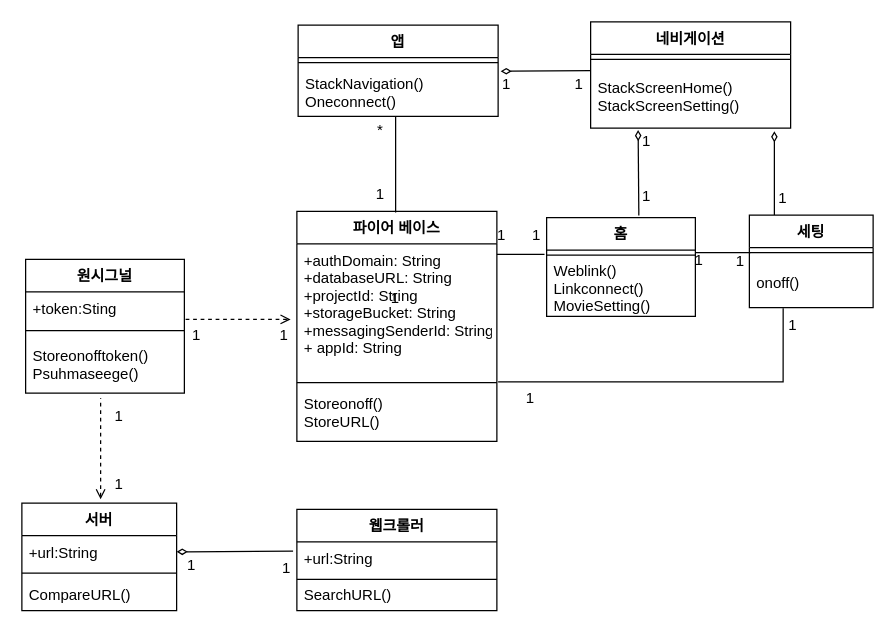
Above: class diagram.drawio in GoSeongJin/gnu-app (draw.io), before the change. Source tidied: cells renumbered, new cells numbered last; positions are measured from the earlier drawing's top-left corner, leaving out a move shared by most shapes. Both pictures are drawn from the tidied source at 125%, with x=0, y=0 at pixel (21, 21).
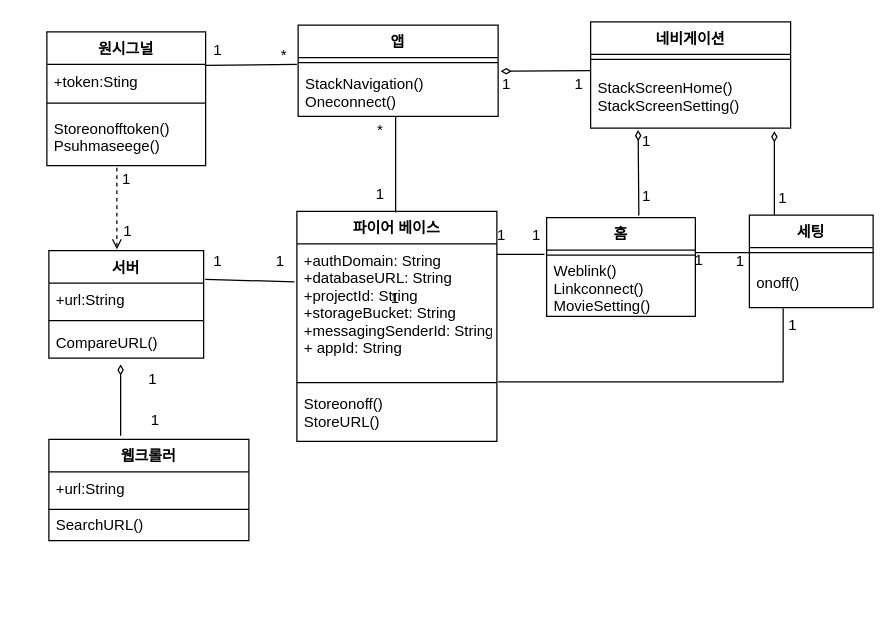
The same page after the edit.

The change refers to these unchanged cells:
```xml
<mxCell id="12" value="+url:String" style="text;strokeColor=none;fillColor=none;align=left;verticalAlign=top;spacingLeft=4;spacingRight=4;overflow=hidden;points=[[0,0.5],[1,0.5]];portConstraint=eastwest;" parent="11" vertex="1">
  <mxGeometry y="26" width="160" height="26" as="geometry" />
</mxCell>
<mxCell id="16" value="+url:String" style="text;strokeColor=none;fillColor=none;align=left;verticalAlign=top;spacingLeft=4;spacingRight=4;overflow=hidden;points=[[0,0.5],[1,0.5]];portConstraint=eastwest;" parent="15" vertex="1">
  <mxGeometry y="26" width="123.8" height="26" as="geometry" />
</mxCell>
<mxCell id="20" value="+authDomain: String&#10;+databaseURL: String&#10;+projectId: String&#10;+storageBucket: String&#10;+messagingSenderId: String,&#10;+ appId: String&#10;" style="text;strokeColor=none;fillColor=none;align=left;verticalAlign=top;spacingLeft=4;spacingRight=4;overflow=hidden;points=[[0,0.5],[1,0.5]];portConstraint=eastwest;" parent="19" vertex="1">
  <mxGeometry y="26" width="160" height="107" as="geometry" />
</mxCell>
```

Change to the diagram source:
```diff
@@
     <mxCell id="11" value="웹크롤러" style="swimlane;fontStyle=1;align=center;verticalAlign=top;horizontal=1;startSize=26;" parent="1" vertex="1">
-      <mxGeometry x="220" y="390" width="160" height="81" as="geometry" />
+      <mxGeometry x="21.6" y="334" width="160" height="81" as="geometry" />
     </mxCell>
@@
     <mxCell id="15" value="서버" style="swimlane;fontStyle=1;align=center;verticalAlign=top;horizontal=1;startSize=26;" parent="1" vertex="1">
-      <mxGeometry y="385" width="123.8" height="86" as="geometry" />
+      <mxGeometry x="21.6" y="183" width="123.8" height="86" as="geometry" />
     </mxCell>
@@
-    <mxCell id="27" style="endArrow=open;html=1;rounded=0;dashed=1;endFill=0;" parent="1" edge="1">
+    <mxCell id="27" style="endArrow=none;html=1;rounded=0;endFill=0;exitX=1;exitY=0.25;exitDx=0;exitDy=0;" parent="1" edge="1" source="57">
       <mxGeometry relative="1" as="geometry">
-        <mxPoint x="131" y="238" as="sourcePoint" />
-        <mxPoint x="215" y="238" as="targetPoint" />
+        <mxPoint x="220" y="34" as="targetPoint" />
       </mxGeometry>
     </mxCell>
@@
-    <mxCell id="32" style="endArrow=diamondThin;html=1;rounded=0;entryX=1;entryY=0.5;entryDx=0;entryDy=0;exitX=-0.019;exitY=0.288;exitDx=0;exitDy=0;startArrow=none;startFill=0;endFill=0;exitPerimeter=0;" parent="1" edge="1" source="12" target="16">
-      <mxGeometry relative="1" as="geometry" />
+    <mxCell id="32" style="endArrow=diamondThin;html=1;rounded=0;entryX=0.536;entryY=1.192;entryDx=0;entryDy=0;startArrow=none;startFill=0;endFill=0;entryPerimeter=0;" parent="1" edge="1">
+      <mxGeometry relative="1" as="geometry">
+        <mxPoint x="79" y="331" as="sourcePoint" />
+        <mxPoint x="79" y="274" as="targetPoint" />
+      </mxGeometry>
     </mxCell>
-    <mxCell id="33" style="endArrow=none;html=1;rounded=0;dashed=1;endFill=0;startArrow=open;startFill=0;entryX=0.25;entryY=0;entryDx=0;entryDy=0;" parent="1" edge="1" target="38">
+    <mxCell id="33" style="endArrow=none;html=1;rounded=0;dashed=1;endFill=0;startArrow=open;startFill=0;entryX=0.25;entryY=0;entryDx=0;entryDy=0;" parent="1" edge="1">
       <mxGeometry relative="1" as="geometry">
-        <mxPoint x="63" y="382" as="sourcePoint" />
+        <mxPoint x="76" y="182" as="sourcePoint" />
+        <mxPoint x="76" y="116.5" as="targetPoint" />
       </mxGeometry>
     </mxCell>
@@
     <mxCell id="37" value="1" style="text;html=1;strokeColor=none;fillColor=none;align=center;verticalAlign=middle;whiteSpace=wrap;rounded=0;" parent="1" vertex="1">
-      <mxGeometry x="48" y="355" width="60" height="30" as="geometry" />
+      <mxGeometry x="55" y="152.5" width="60" height="30" as="geometry" />
     </mxCell>
-    <mxCell id="38" value="1" style="text;html=1;strokeColor=none;fillColor=none;align=center;verticalAlign=middle;whiteSpace=wrap;rounded=0;" parent="1" vertex="1">
-      <mxGeometry x="48" y="301" width="60" height="30" as="geometry" />
-    </mxCell>
@@
     <mxCell id="40" value="1" style="text;html=1;strokeColor=none;fillColor=none;align=center;verticalAlign=middle;whiteSpace=wrap;rounded=0;" parent="1" vertex="1">
-      <mxGeometry x="182" y="422" width="60" height="30" as="geometry" />
+      <mxGeometry x="177" y="176.5" width="60" height="30" as="geometry" />
     </mxCell>
@@
     <mxCell id="44" value="1" style="text;html=1;strokeColor=none;fillColor=none;align=center;verticalAlign=middle;whiteSpace=wrap;rounded=0;" parent="1" vertex="1">
-      <mxGeometry x="377" y="286" width="60" height="30" as="geometry" />
+      <mxGeometry x="53.5" y="110.5" width="60" height="30" as="geometry" />
     </mxCell>
     <mxCell id="45" value="1" style="text;html=1;strokeColor=none;fillColor=none;align=center;verticalAlign=middle;whiteSpace=wrap;rounded=0;" parent="1" vertex="1">
-      <mxGeometry x="110" y="235.5" width="60" height="30" as="geometry" />
+      <mxGeometry x="127" y="8" width="60" height="30" as="geometry" />
     </mxCell>
-    <mxCell id="46" value="1" style="text;html=1;strokeColor=none;fillColor=none;align=center;verticalAlign=middle;whiteSpace=wrap;rounded=0;" parent="1" vertex="1">
-      <mxGeometry x="180" y="236" width="60" height="30" as="geometry" />
-    </mxCell>
@@
     <mxCell id="53" value="1" style="text;html=1;strokeColor=none;fillColor=none;align=center;verticalAlign=middle;whiteSpace=wrap;rounded=0;" parent="1" vertex="1">
-      <mxGeometry x="105.9" y="420" width="60" height="30" as="geometry" />
+      <mxGeometry x="127" y="176.5" width="60" height="30" as="geometry" />
     </mxCell>
@@
     <mxCell id="57" value="원시그널" style="swimlane;fontStyle=1;align=center;verticalAlign=top;horizontal=1;startSize=26;" parent="1" vertex="1">
-      <mxGeometry x="3" y="190" width="127" height="107" as="geometry" />
+      <mxGeometry x="20" y="8" width="127" height="107" as="geometry" />
     </mxCell>
@@
+    <mxCell id="62" value="*" style="text;html=1;strokeColor=none;fillColor=none;align=center;verticalAlign=middle;whiteSpace=wrap;rounded=0;" parent="1" vertex="1">
+      <mxGeometry x="180" y="11.5" width="60" height="30" as="geometry" />
+    </mxCell>
+    <mxCell id="63" style="endArrow=none;html=1;rounded=0;exitX=1.01;exitY=-0.115;exitDx=0;exitDy=0;entryX=-0.012;entryY=0.285;entryDx=0;entryDy=0;exitPerimeter=0;entryPerimeter=0;" parent="1" edge="1" source="16" target="20">
+      <mxGeometry relative="1" as="geometry" />
+    </mxCell>
+    <mxCell id="64" value="1" style="text;html=1;strokeColor=none;fillColor=none;align=center;verticalAlign=middle;whiteSpace=wrap;rounded=0;" parent="1" vertex="1">
+      <mxGeometry x="77" y="304" width="60" height="30" as="geometry" />
+    </mxCell>
+    <mxCell id="65" value="1" style="text;html=1;strokeColor=none;fillColor=none;align=center;verticalAlign=middle;whiteSpace=wrap;rounded=0;" parent="1" vertex="1">
+      <mxGeometry x="75" y="271" width="60" height="30" as="geometry" />
+    </mxCell>
```
